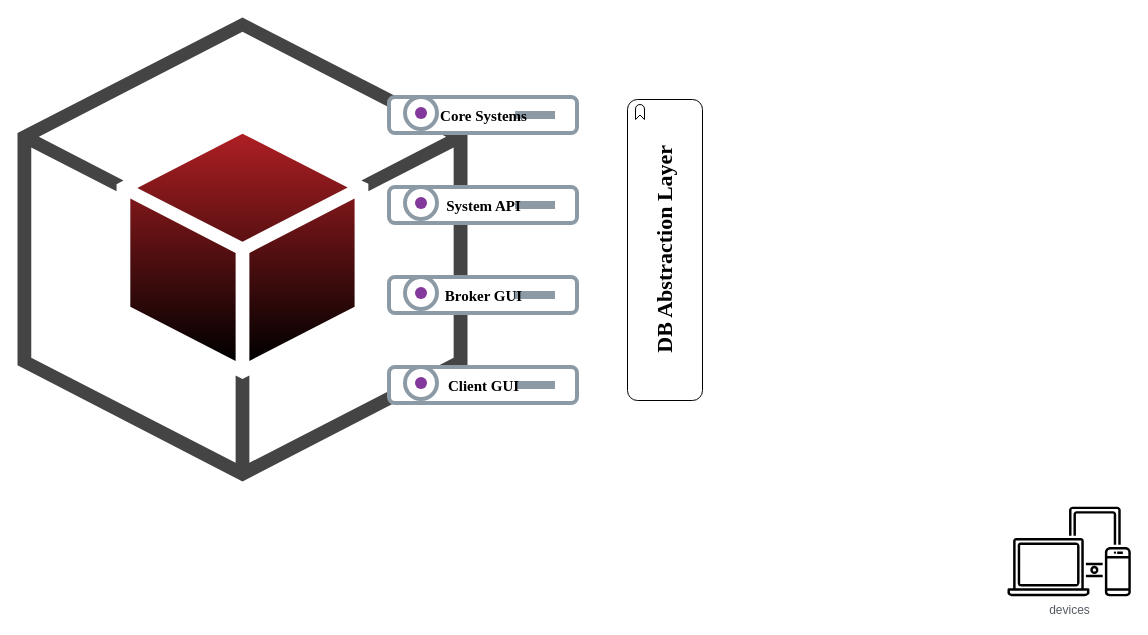
Before: Big_Picture.drawio in saminCSE/Fix_Engine_Run_Flow, a draw.io diagram. Source tidied: cells renumbered, new cells numbered last; positions are measured from the earlier drawing's top-left corner, leaving out a move shared by most shapes. Both pictures are drawn from the tidied source at 100%, with x=0, y=0 at pixel (17, 17).
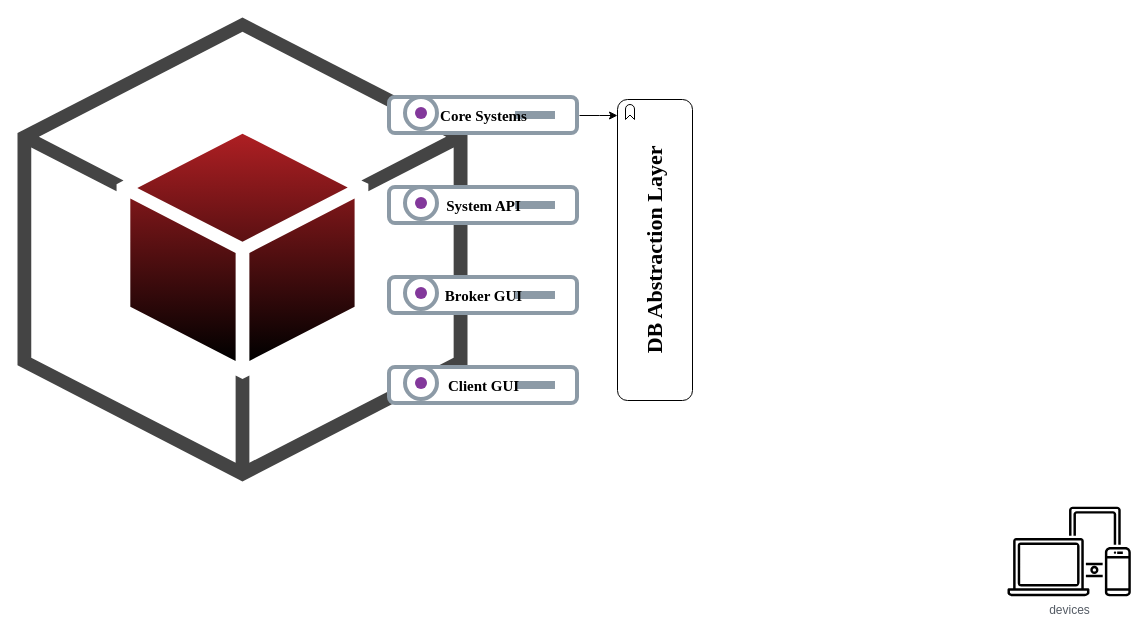
The same diagram, later.

The edit, as a diff of the source:
```diff
@@
 <mxGraphModel>
   <root>
     <mxCell id="0" />
     <mxCell id="1" parent="0" />
     <mxCell id="2" style="dashed=0;verticalLabelPosition=bottom;verticalAlign=top;align=center;html=1;shape=mxgraph.aws3.android;fillColor=#AE1F23;gradientColor=default;" parent="1" vertex="1">
       <mxGeometry width="450" height="464" as="geometry" />
     </mxCell>
     <mxCell id="3" value="devices" style="sketch=0;gradientColor=none;fontColor=#545B64;strokeColor=none;fillColor=#000000;dashed=0;verticalLabelPosition=bottom;verticalAlign=top;align=center;html=1;fontSize=12;fontStyle=0;shape=mxgraph.aws4.illustration_devices;" parent="1" vertex="1">
       <mxGeometry x="990" y="489" width="123.3" height="90" as="geometry" />
     </mxCell>
+    <mxCell id="10" style="edgeStyle=orthogonalEdgeStyle;rounded=0;jettySize=auto;html=1;" parent="1" edge="1" source="4">
+      <mxGeometry relative="1" as="geometry">
+        <mxPoint x="600" y="98" as="targetPoint" />
+      </mxGeometry>
+    </mxCell>
     <mxCell id="4" value="Core Systems" style="image;perimeter=ellipsePerimeter;align=center;fontSize=15;verticalAlign=middle;fontColor=#000000;shadow=0;dashed=0;image=img/lib/cumulus/netq_server.svg;strokeColor=#000000;fontFamily=Times New Roman;fontStyle=1;horizontal=1;labelPosition=center;verticalLabelPosition=middle;labelBorderColor=none;labelBackgroundColor=none;html=1;" parent="1" vertex="1">
       <mxGeometry x="370" y="78" width="192" height="40" as="geometry" />
     </mxCell>
     <mxCell id="5" value="System API" style="image;perimeter=ellipsePerimeter;html=1;align=center;fontSize=15;verticalAlign=middle;fontColor=#000000;shadow=0;dashed=0;image=img/lib/cumulus/netq_server.svg;strokeColor=#000000;fontFamily=Times New Roman;fontStyle=1;horizontal=1;labelPosition=center;verticalLabelPosition=middle;labelBackgroundColor=none;" parent="1" vertex="1">
       <mxGeometry x="370" y="168" width="192" height="40" as="geometry" />
     </mxCell>
     <mxCell id="6" value="Broker GUI" style="image;perimeter=ellipsePerimeter;html=1;align=center;fontSize=15;verticalAlign=middle;fontColor=#000000;shadow=0;dashed=0;image=img/lib/cumulus/netq_server.svg;strokeColor=#000000;fontFamily=Times New Roman;fontStyle=1;horizontal=1;labelPosition=center;verticalLabelPosition=middle;labelBackgroundColor=none;" parent="1" vertex="1">
       <mxGeometry x="370" y="258" width="192" height="40" as="geometry" />
     </mxCell>
     <mxCell id="7" value="Client GUI" style="image;perimeter=ellipsePerimeter;html=1;align=center;fontSize=15;verticalAlign=middle;fontColor=#000000;shadow=0;dashed=0;image=img/lib/cumulus/netq_server.svg;strokeColor=#000000;fontFamily=Times New Roman;fontStyle=1;horizontal=1;labelPosition=center;verticalLabelPosition=middle;labelBackgroundColor=none;" parent="1" vertex="1">
       <mxGeometry x="370" y="348" width="192" height="40" as="geometry" />
     </mxCell>
     <mxCell id="8" style="html=1;whiteSpace=wrap;shape=mxgraph.archimate3.application;appType=event;archiType=rounded;direction=north;gradientColor=none;" parent="1" vertex="1">
-      <mxGeometry x="610" y="82" width="75" height="301" as="geometry" />
+      <mxGeometry x="600" y="82" width="75" height="301" as="geometry" />
     </mxCell>
     <mxCell id="9" value="&lt;h6&gt;&lt;font face=&quot;Times New Roman&quot; style=&quot;font-size: 22px;&quot;&gt;DB Abstraction Layer&lt;/font&gt;&lt;/h6&gt;" style="text;html=1;strokeColor=none;fillColor=none;align=center;verticalAlign=middle;whiteSpace=wrap;rounded=0;rotation=270;" parent="1" vertex="1">
-      <mxGeometry x="516.2" y="216.8" width="262.5" height="30" as="geometry" />
+      <mxGeometry x="506.2" y="217.5" width="262.5" height="30" as="geometry" />
     </mxCell>
   </root>
 </mxGraphModel>
```
